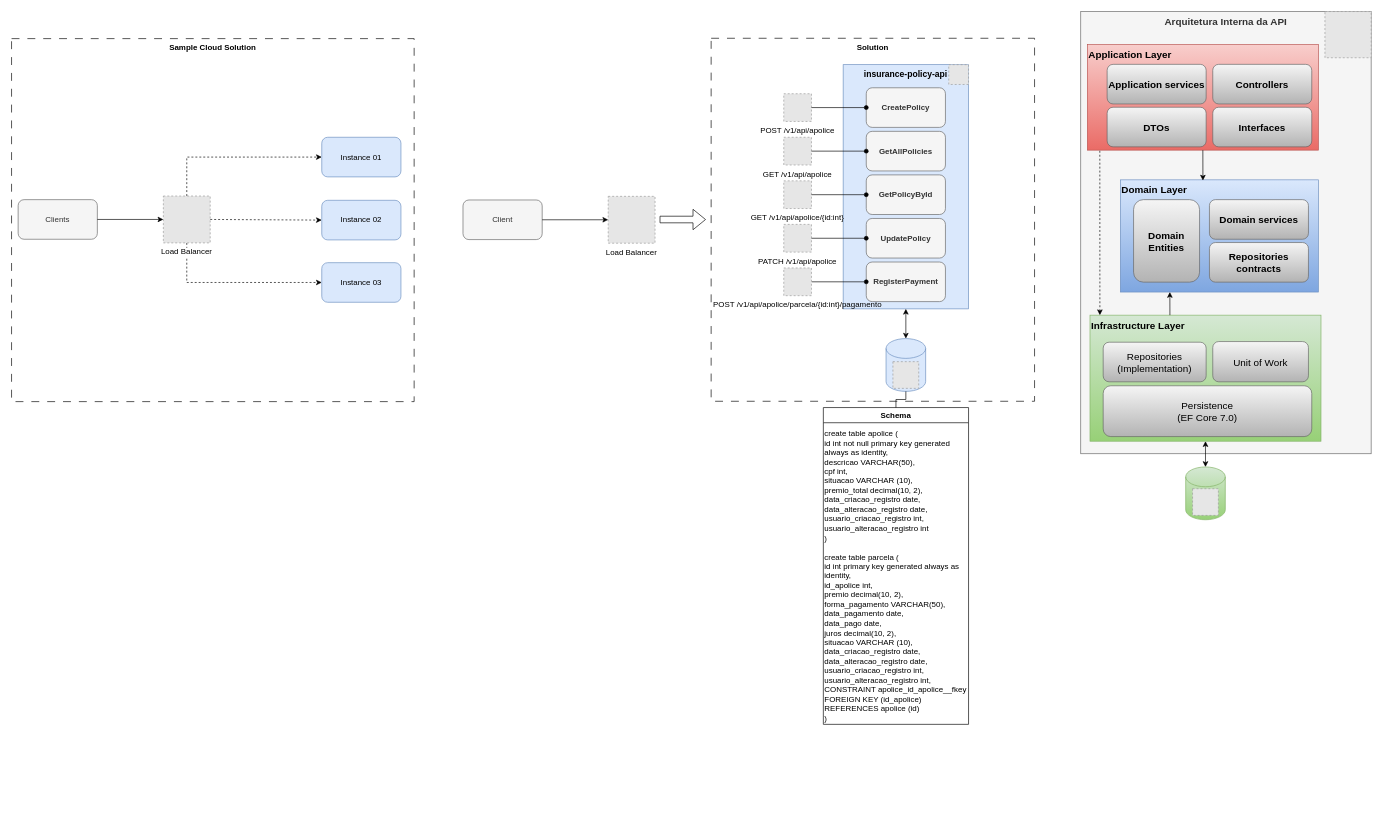
The draw.io diagram Solution Design/Solution design sample.drawio in AlexFerraro/insurance-policy-api, before the edit. Source tidied: cells renumbered, new cells numbered last; positions are measured from the earlier drawing's top-left corner, leaving out a move shared by most shapes. Both pictures are drawn from the tidied source at 66%, with x=0, y=0 at pixel (11, 11). Pictures stored in the file or linked from it are replaced by grey dashed boxes.
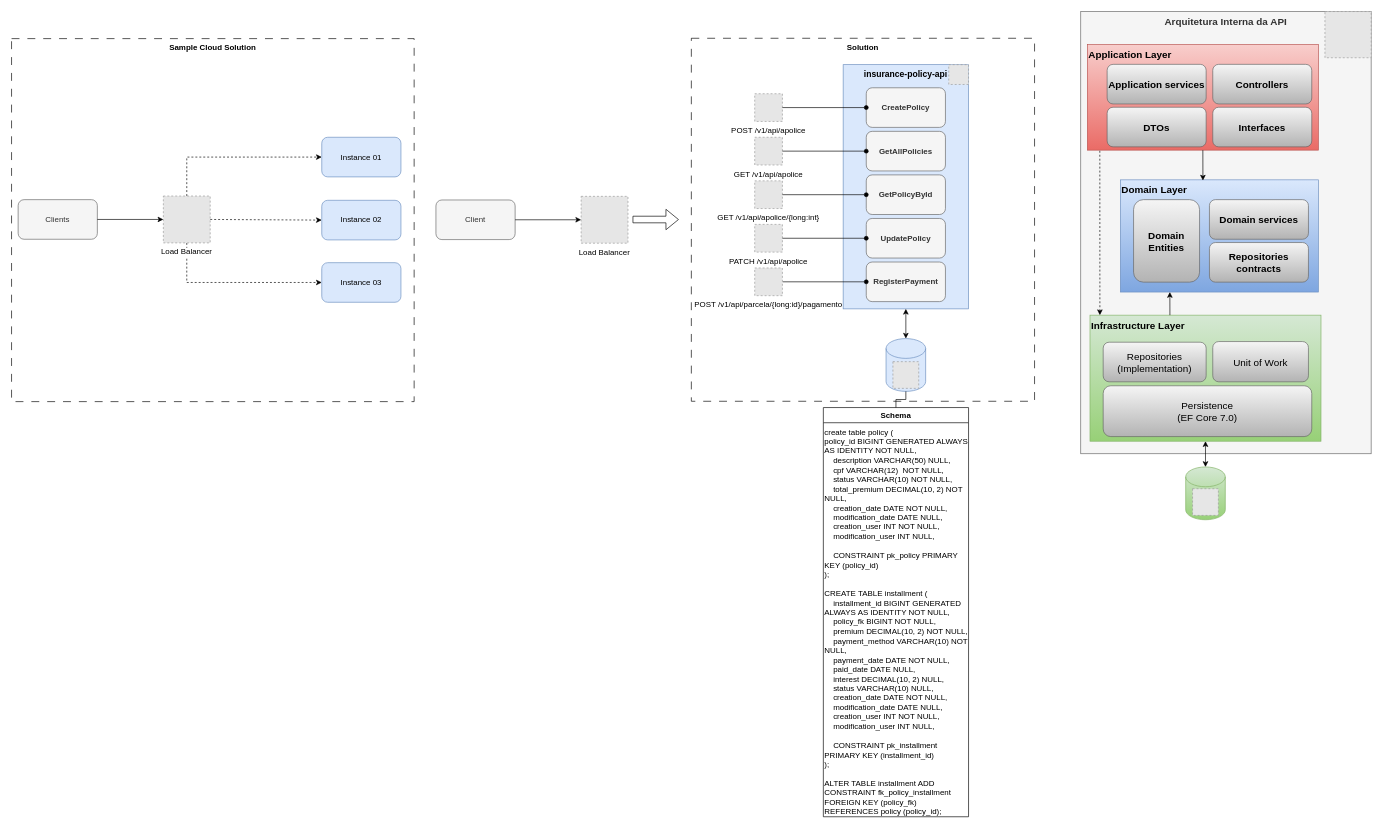
The same page after the edit.

The edit, as a diff of the source:
```diff
@@
     <mxCell id="3" value="Solution" style="rounded=0;whiteSpace=wrap;html=1;verticalAlign=top;fillColor=none;dashed=1;dashPattern=12 12;fontStyle=1;" parent="1" vertex="1">
-      <mxGeometry x="1060" y="40.5" width="490" height="550" as="geometry" />
+      <mxGeometry x="1030" y="40.5" width="520" height="550" as="geometry" />
     </mxCell>
@@
     <mxCell id="6" value="GET /v1/api/apolice" style="fillColor=#E6E6E6;strokeColor=#999999;dashed=1;verticalLabelPosition=bottom;labelBackgroundColor=none;verticalAlign=top;" parent="1" vertex="1">
-      <mxGeometry x="1170" y="190.5" width="42" height="42" as="geometry" />
+      <mxGeometry x="1126" y="190.5" width="42" height="42" as="geometry" />
     </mxCell>
-    <mxCell id="7" value="GET /v1/api/apolice/{id:int}" style="fillColor=#E6E6E6;strokeColor=#999999;dashed=1;verticalLabelPosition=bottom;labelBackgroundColor=none;verticalAlign=top;" parent="1" vertex="1">
-      <mxGeometry x="1170" y="256.5" width="42" height="42" as="geometry" />
+    <mxCell id="7" value="GET /v1/api/apolice/{long:int}" style="fillColor=#E6E6E6;strokeColor=#999999;dashed=1;verticalLabelPosition=bottom;labelBackgroundColor=none;verticalAlign=top;" parent="1" vertex="1">
+      <mxGeometry x="1126" y="256.5" width="42" height="42" as="geometry" />
     </mxCell>
     <mxCell id="8" value="PATCH /v1/api/apolice" style="fillColor=#E6E6E6;strokeColor=#999999;dashed=1;verticalLabelPosition=bottom;labelBackgroundColor=none;verticalAlign=top;" parent="1" vertex="1">
-      <mxGeometry x="1170" y="322.5" width="42" height="42" as="geometry" />
+      <mxGeometry x="1126" y="322.5" width="42" height="42" as="geometry" />
     </mxCell>
@@
     <mxCell id="15" value="Client" style="rounded=1;whiteSpace=wrap;html=1;fillColor=#f5f5f5;strokeColor=#666666;fontColor=#333333;" parent="1" vertex="1">
-      <mxGeometry x="684" y="285.5" width="120" height="60" as="geometry" />
+      <mxGeometry x="643" y="285.5" width="120" height="60" as="geometry" />
     </mxCell>
     <mxCell id="16" value="Load Balancer" style="fillColor=#E6E6E6;strokeColor=#999999;dashed=1;verticalLabelPosition=bottom;labelBackgroundColor=default;verticalAlign=top;" parent="1" vertex="1">
-      <mxGeometry x="904" y="280" width="71" height="71" as="geometry" />
+      <mxGeometry x="863" y="280" width="71" height="71" as="geometry" />
     </mxCell>
@@
     <mxCell id="18" style="shape=flexArrow;endArrow=classic;html=1;rounded=0;" parent="1" edge="1">
       <mxGeometry relative="1" as="geometry">
-        <mxPoint x="982" y="315.1" as="sourcePoint" />
-        <mxPoint x="1052" y="315.1" as="targetPoint" />
+        <mxPoint x="941" y="315.1" as="sourcePoint" />
+        <mxPoint x="1011" y="315.1" as="targetPoint" />
       </mxGeometry>
     </mxCell>
@@
     <mxCell id="32" value="POST /v1/api/apolice" style="fillColor=#E6E6E6;strokeColor=#999999;dashed=1;verticalLabelPosition=bottom;labelBackgroundColor=none;verticalAlign=top;" parent="1" vertex="1">
-      <mxGeometry x="1170" y="124.5" width="42" height="42" as="geometry" />
+      <mxGeometry x="1126" y="124.5" width="42" height="42" as="geometry" />
     </mxCell>
@@
     <mxCell id="34" value="Schema" style="swimlane;whiteSpace=wrap;html=1;" parent="1" vertex="1">
-      <mxGeometry x="1230" y="600" width="220" height="480" as="geometry" />
+      <mxGeometry x="1230" y="600" width="220" height="620" as="geometry" />
     </mxCell>
-    <mxCell id="35" value="create table apolice (&lt;br&gt;id int not null primary key generated always as identity,&lt;br&gt;descricao VARCHAR(50),&lt;br&gt;cpf int,&lt;br&gt;situacao VARCHAR (10),&lt;br&gt;premio_total decimal(10, 2),&lt;br&gt;data_criacao_registro date,&lt;br&gt;data_alteracao_registro date,&lt;br&gt;usuario_criacao_registro int,&lt;br&gt;usuario_alteracao_registro int&lt;br&gt;)&lt;br&gt;&lt;br&gt;create table parcela (&lt;br&gt;id int primary key generated always as identity,&lt;br&gt;id_apolice int,&lt;br&gt;premio decimal(10, 2),&lt;br&gt;forma_pagamento VARCHAR(50),&lt;br&gt;data_pagamento date,&lt;br&gt;data_pago date,&lt;br&gt;juros decimal(10, 2),&lt;br&gt;situacao VARCHAR (10),&lt;br&gt;data_criacao_registro date,&lt;br&gt;data_alteracao_registro date,&lt;br&gt;usuario_criacao_registro int,&lt;br&gt;usuario_alteracao_registro int,&lt;br&gt;CONSTRAINT apolice_id_apolice__fkey&lt;br&gt; FOREIGN KEY (id_apolice)&lt;br&gt; REFERENCES apolice (id)&lt;br&gt;)" style="text;html=1;strokeColor=none;fillColor=none;align=left;verticalAlign=middle;whiteSpace=wrap;rounded=0;" parent="34" vertex="1">
-      <mxGeometry y="30" width="220" height="450" as="geometry" />
+    <mxCell id="35" value="&lt;div&gt;create table policy (&lt;/div&gt;&lt;div&gt;policy_id BIGINT GENERATED ALWAYS AS IDENTITY NOT NULL,&lt;span style=&quot;&quot;&gt;&lt;/span&gt;&lt;/div&gt;&lt;div&gt;&lt;span style=&quot;&quot;&gt;&lt;span style=&quot;&quot;&gt;&lt;span style=&quot;white-space: pre;&quot;&gt;&amp;nbsp;&amp;nbsp;&amp;nbsp;&amp;nbsp;&lt;/span&gt;&lt;/span&gt;description VARCHAR(50) NULL,&lt;/span&gt;&lt;/div&gt;&lt;div&gt;&lt;span style=&quot;&quot;&gt;&lt;span style=&quot;&quot;&gt;&lt;span style=&quot;white-space: pre;&quot;&gt;&amp;nbsp;&amp;nbsp;&amp;nbsp;&amp;nbsp;&lt;/span&gt;&lt;/span&gt;cpf VARCHAR(12)&amp;nbsp; NOT NULL,&lt;/span&gt;&lt;/div&gt;&lt;div&gt;&lt;span style=&quot;&quot;&gt;&lt;span style=&quot;&quot;&gt;&lt;span style=&quot;white-space: pre;&quot;&gt;&amp;nbsp;&amp;nbsp;&amp;nbsp;&amp;nbsp;&lt;/span&gt;&lt;/span&gt;status VARCHAR(10) NOT NULL,&lt;/span&gt;&lt;/div&gt;&lt;div&gt;&lt;span style=&quot;&quot;&gt;&lt;span style=&quot;&quot;&gt;&lt;span style=&quot;white-space: pre;&quot;&gt;&amp;nbsp;&amp;nbsp;&amp;nbsp;&amp;nbsp;&lt;/span&gt;&lt;/span&gt;total_premium DECIMAL(10, 2) NOT NULL,&lt;/span&gt;&lt;/div&gt;&lt;div&gt;&lt;span style=&quot;&quot;&gt;&lt;span style=&quot;&quot;&gt;&lt;span style=&quot;white-space: pre;&quot;&gt;&amp;nbsp;&amp;nbsp;&amp;nbsp;&amp;nbsp;&lt;/span&gt;&lt;/span&gt;creation_date DATE NOT NULL,&lt;/span&gt;&lt;/div&gt;&lt;div&gt;&lt;span style=&quot;&quot;&gt;&lt;span style=&quot;&quot;&gt;&lt;span style=&quot;white-space: pre;&quot;&gt;&amp;nbsp;&amp;nbsp;&amp;nbsp;&amp;nbsp;&lt;/span&gt;&lt;/span&gt;modification_date DATE NULL,&lt;/span&gt;&lt;/div&gt;&lt;div&gt;&lt;span style=&quot;&quot;&gt;&lt;span style=&quot;&quot;&gt;&lt;span style=&quot;white-space: pre;&quot;&gt;&amp;nbsp;&amp;nbsp;&amp;nbsp;&amp;nbsp;&lt;/span&gt;&lt;/span&gt;creation_user INT NOT NULL,&lt;/span&gt;&lt;/div&gt;&lt;div&gt;&lt;span style=&quot;&quot;&gt;&lt;span style=&quot;&quot;&gt;&lt;span style=&quot;white-space: pre;&quot;&gt;&amp;nbsp;&amp;nbsp;&amp;nbsp;&amp;nbsp;&lt;/span&gt;&lt;/span&gt;modification_user INT NULL,&lt;/span&gt;&lt;/div&gt;&lt;div&gt;&lt;span style=&quot;&quot;&gt;&lt;span style=&quot;white-space: pre;&quot;&gt;&amp;nbsp;&amp;nbsp;&amp;nbsp;&amp;nbsp;&lt;/span&gt;&lt;/span&gt;&lt;/div&gt;&lt;div&gt;&lt;span style=&quot;&quot;&gt;&lt;span style=&quot;&quot;&gt;&lt;span style=&quot;white-space: pre;&quot;&gt;&amp;nbsp;&amp;nbsp;&amp;nbsp;&amp;nbsp;&lt;/span&gt;&lt;/span&gt;CONSTRAINT pk_policy PRIMARY KEY (policy_id)&lt;/span&gt;&lt;/div&gt;&lt;div&gt;);&lt;/div&gt;&lt;div&gt;&lt;br&gt;&lt;/div&gt;&lt;div&gt;CREATE TABLE installment (&lt;/div&gt;&lt;div&gt;&lt;span style=&quot;&quot;&gt;&lt;span style=&quot;&quot;&gt;&lt;span style=&quot;white-space: pre;&quot;&gt;&amp;nbsp;&amp;nbsp;&amp;nbsp;&amp;nbsp;&lt;/span&gt;&lt;/span&gt;installment_id BIGINT GENERATED ALWAYS AS IDENTITY NOT NULL,&lt;/span&gt;&lt;/div&gt;&lt;div&gt;&lt;span style=&quot;&quot;&gt;&lt;span style=&quot;&quot;&gt;&lt;span style=&quot;white-space: pre;&quot;&gt;&amp;nbsp;&amp;nbsp;&amp;nbsp;&amp;nbsp;&lt;/span&gt;&lt;/span&gt;policy_fk BIGINT NOT NULL,&lt;/span&gt;&lt;/div&gt;&lt;div&gt;&lt;span style=&quot;&quot;&gt;&lt;span style=&quot;&quot;&gt;&lt;span style=&quot;white-space: pre;&quot;&gt;&amp;nbsp;&amp;nbsp;&amp;nbsp;&amp;nbsp;&lt;/span&gt;&lt;/span&gt;premium DECIMAL(10, 2) NOT NULL,&lt;/span&gt;&lt;/div&gt;&lt;div&gt;&lt;span style=&quot;&quot;&gt;&lt;span style=&quot;&quot;&gt;&lt;span style=&quot;white-space: pre;&quot;&gt;&amp;nbsp;&amp;nbsp;&amp;nbsp;&amp;nbsp;&lt;/span&gt;&lt;/span&gt;payment_method VARCHAR(10) NOT NULL,&lt;/span&gt;&lt;/div&gt;&lt;div&gt;&lt;span style=&quot;&quot;&gt;&lt;span style=&quot;&quot;&gt;&lt;span style=&quot;white-space: pre;&quot;&gt;&amp;nbsp;&amp;nbsp;&amp;nbsp;&amp;nbsp;&lt;/span&gt;&lt;/span&gt;payment_date DATE NOT NULL,&lt;/span&gt;&lt;/div&gt;&lt;div&gt;&lt;span style=&quot;&quot;&gt;&lt;span style=&quot;&quot;&gt;&lt;span style=&quot;white-space: pre;&quot;&gt;&amp;nbsp;&amp;nbsp;&amp;nbsp;&amp;nbsp;&lt;/span&gt;&lt;/span&gt;paid_date DATE NULL,&lt;/span&gt;&lt;/div&gt;&lt;div&gt;&lt;span style=&quot;&quot;&gt;&lt;span style=&quot;&quot;&gt;&lt;span style=&quot;white-space: pre;&quot;&gt;&amp;nbsp;&amp;nbsp;&amp;nbsp;&amp;nbsp;&lt;/span&gt;&lt;/span&gt;interest DECIMAL(10, 2) NULL,&lt;/span&gt;&lt;/div&gt;&lt;div&gt;&lt;span style=&quot;&quot;&gt;&lt;span style=&quot;&quot;&gt;&lt;span style=&quot;white-space: pre;&quot;&gt;&amp;nbsp;&amp;nbsp;&amp;nbsp;&amp;nbsp;&lt;/span&gt;&lt;/span&gt;status VARCHAR(10) NULL,&lt;/span&gt;&lt;/div&gt;&lt;div&gt;&lt;span style=&quot;&quot;&gt;&lt;span style=&quot;&quot;&gt;&lt;span style=&quot;white-space: pre;&quot;&gt;&amp;nbsp;&amp;nbsp;&amp;nbsp;&amp;nbsp;&lt;/span&gt;&lt;/span&gt;creation_date DATE NOT NULL,&lt;/span&gt;&lt;/div&gt;&lt;div&gt;&lt;span style=&quot;&quot;&gt;&lt;span style=&quot;&quot;&gt;&lt;span style=&quot;white-space: pre;&quot;&gt;&amp;nbsp;&amp;nbsp;&amp;nbsp;&amp;nbsp;&lt;/span&gt;&lt;/span&gt;modification_date DATE NULL,&lt;/span&gt;&lt;/div&gt;&lt;div&gt;&lt;span style=&quot;&quot;&gt;&lt;span style=&quot;&quot;&gt;&lt;span style=&quot;white-space: pre;&quot;&gt;&amp;nbsp;&amp;nbsp;&amp;nbsp;&amp;nbsp;&lt;/span&gt;&lt;/span&gt;creation_user INT NOT NULL,&lt;/span&gt;&lt;/div&gt;&lt;div&gt;&lt;span style=&quot;&quot;&gt;&lt;span style=&quot;&quot;&gt;&lt;span style=&quot;white-space: pre;&quot;&gt;&amp;nbsp;&amp;nbsp;&amp;nbsp;&amp;nbsp;&lt;/span&gt;&lt;/span&gt;modification_user INT NULL,&lt;/span&gt;&lt;/div&gt;&lt;div&gt;&lt;span style=&quot;&quot;&gt;&lt;span style=&quot;white-space: pre;&quot;&gt;&amp;nbsp;&amp;nbsp;&amp;nbsp;&amp;nbsp;&lt;/span&gt;&lt;/span&gt;&lt;/div&gt;&lt;div&gt;&lt;span style=&quot;&quot;&gt;&lt;span style=&quot;&quot;&gt;&lt;span style=&quot;white-space: pre;&quot;&gt;&amp;nbsp;&amp;nbsp;&amp;nbsp;&amp;nbsp;&lt;/span&gt;&lt;/span&gt;CONSTRAINT pk_installment PRIMARY KEY (installment_id)&lt;/span&gt;&lt;/div&gt;&lt;div&gt;);&lt;/div&gt;&lt;div&gt;&lt;br&gt;&lt;/div&gt;&lt;div&gt;ALTER TABLE installment ADD CONSTRAINT fk_policy_installment FOREIGN KEY (policy_fk) REFERENCES policy (policy_id);&lt;/div&gt;" style="text;html=1;strokeColor=none;fillColor=none;align=left;verticalAlign=middle;whiteSpace=wrap;rounded=0;" parent="34" vertex="1">
+      <mxGeometry y="30" width="220" height="590" as="geometry" />
     </mxCell>
@@
-    <mxCell id="60" value="POST /v1/api/apolice/parcela/{id:int}/pagamento" style="fillColor=#E6E6E6;strokeColor=#999999;dashed=1;verticalLabelPosition=bottom;labelBackgroundColor=none;verticalAlign=top;" parent="1" vertex="1">
-      <mxGeometry x="1170" y="388.5" width="42" height="42" as="geometry" />
+    <mxCell id="60" value="POST /v1/api/parcela/{long:id}/pagamento" style="fillColor=#E6E6E6;strokeColor=#999999;dashed=1;verticalLabelPosition=bottom;labelBackgroundColor=none;verticalAlign=top;" parent="1" vertex="1">
+      <mxGeometry x="1126" y="388.5" width="42" height="42" as="geometry" />
     </mxCell>
```
